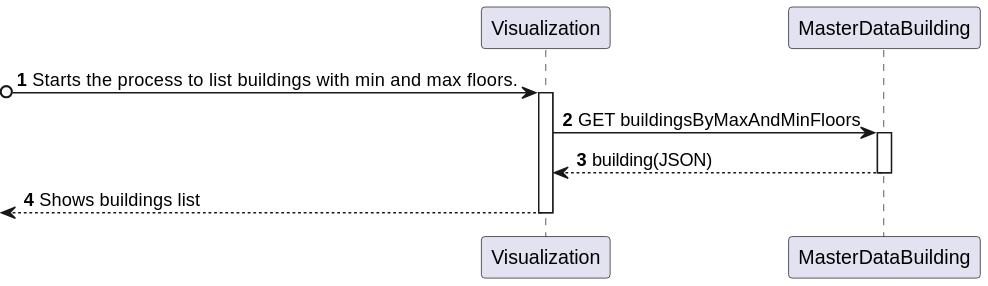
Above: Visualization/docs/US_1020/Diagrams/Level2/ProcessView.svg in Pedro-Pereira1/sem5pi_23_24_g056_Visualization (PlantUML), before the change.
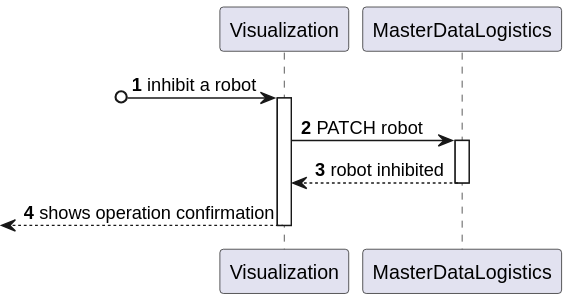
After the commit.

Change to the diagram source:
```diff
@@ -1,18 +1,21 @@
 @startuml
+
 autonumber
 
 participant Visualization
-participant "MasterDataBuilding" as GI
+participant "MasterDataLogistics" as GI
 
-?o-> Visualization: Starts the process to  list buildings with min and max floors.
+?o-> Visualization: inhibit a robot
 activate Visualization
 
 
-Visualization -> GI: GET buildingsByMaxAndMinFloors
+Visualization -> GI: PATCH robot
 activate GI
-GI --> Visualization: building(JSON)
+GI --> Visualization: robot inhibited
 deactivate GI
 
-<-- Visualization: Shows buildings list
+<-- Visualization: shows operation confirmation
 deactivate Visualization
+
+
 @enduml
```
